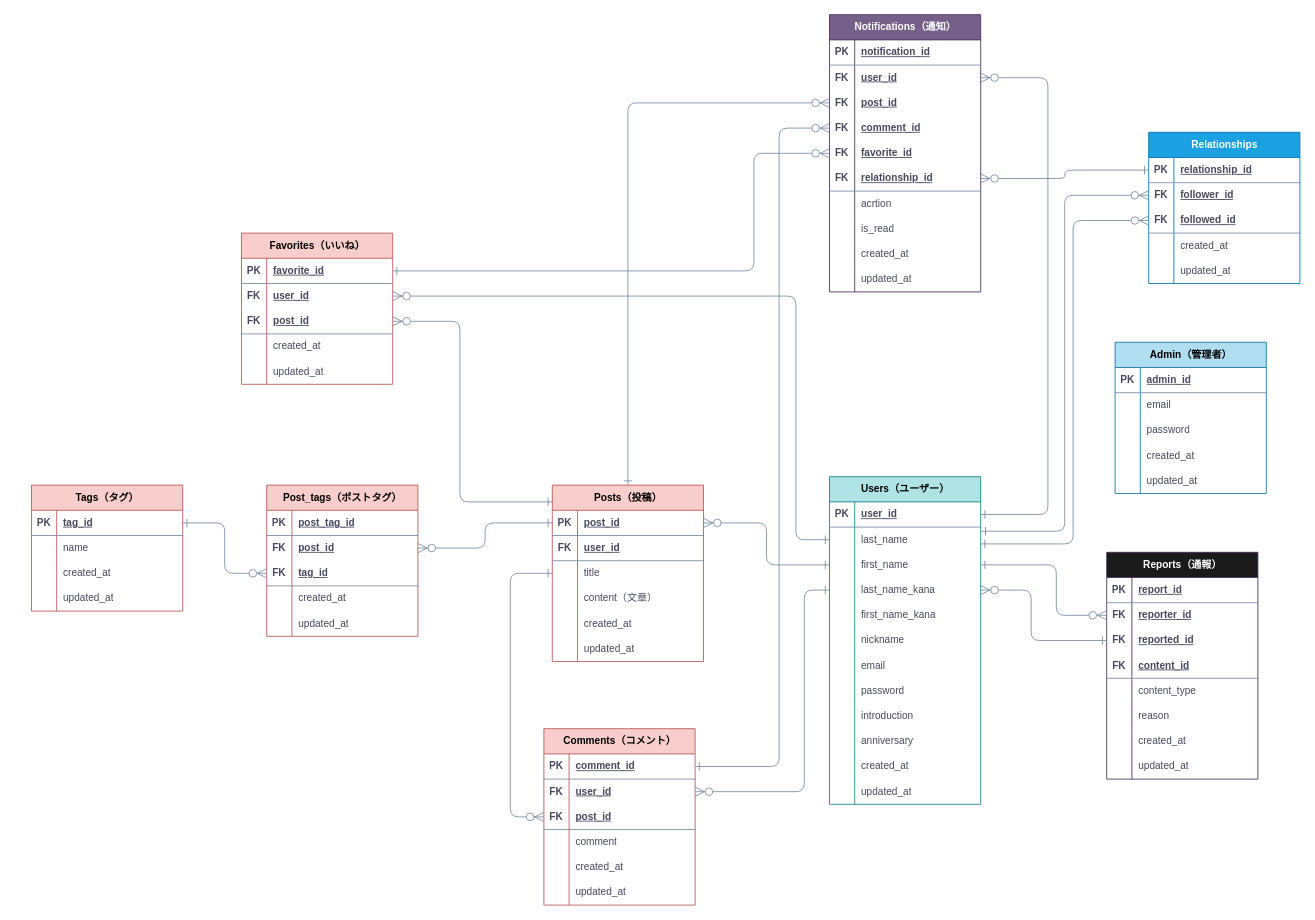
The draw.io diagram vloglaphy.drawio in Solo-Innovator/2seeds, before the edit. Source tidied: cells renumbered, new cells numbered last; positions are measured from the earlier drawing's top-left corner, leaving out a move shared by most shapes. Both pictures are drawn from the tidied source at 84%, with x=0, y=0 at pixel (14, 14).
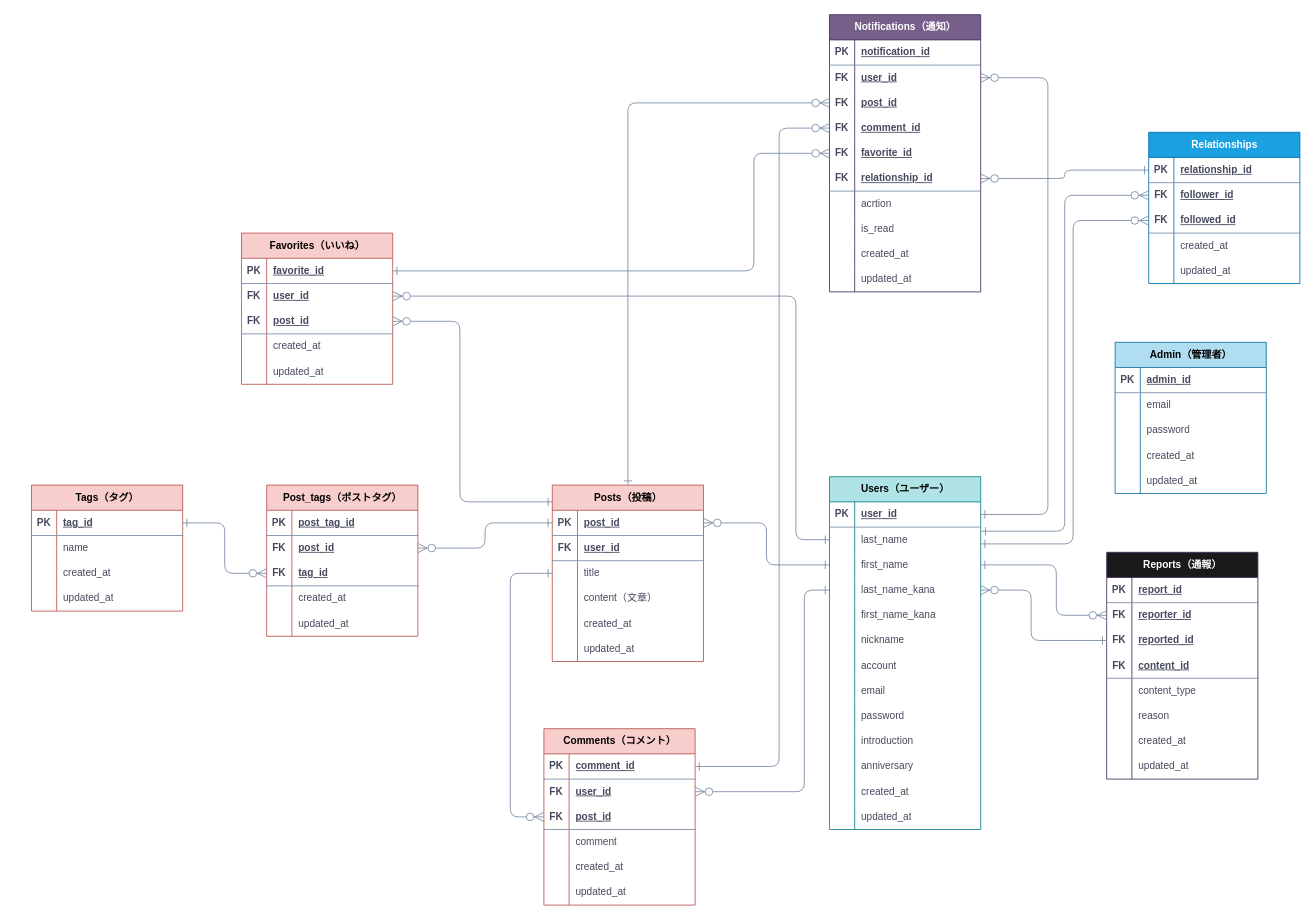
The same page after the edit.

Commit message:
vloglaphy.drawio を更新します

What changed in the source:
```diff
@@
     <mxCell id="18" value="&lt;font color=&quot;#000000&quot;&gt;Users（ユーザー）&lt;/font&gt;" style="shape=table;startSize=30;childLayout=tableLayout;rowLines=0;fontStyle=1;align=center;html=1;fontFamily=Helvetica;fontSize=12;fillColor=#b0e3e6;labelBackgroundColor=none;strokeColor=#0e8088;" parent="1" vertex="1">
-      <mxGeometry x="970" y="550" width="180" height="390" as="geometry" />
+      <mxGeometry x="970" y="550" width="180" height="420" as="geometry" />
     </mxCell>
@@
+    <mxCell id="232" style="shape=tableRow;horizontal=0;startSize=0;swimlaneHead=0;swimlaneBody=0;fillColor=none;top=0;left=0;right=0;bottom=0;strokeColor=#788AA3;fontFamily=Helvetica;fontSize=12;fontColor=#46495D;html=1;labelBackgroundColor=none;" parent="18" vertex="1">
+      <mxGeometry y="210" width="180" height="30" as="geometry" />
+    </mxCell>
+    <mxCell id="233" style="shape=partialRectangle;fillColor=none;top=0;left=0;bottom=0;right=0;overflow=hidden;whiteSpace=wrap;html=1;strokeColor=#788AA3;fontFamily=Helvetica;fontSize=12;fontColor=#46495D;startSize=23;labelBackgroundColor=none;" parent="232" vertex="1">
+      <mxGeometry width="30" height="30" as="geometry" />
+    </mxCell>
+    <mxCell id="234" value="account" style="shape=partialRectangle;fillColor=none;top=0;left=0;bottom=0;right=0;align=left;spacingLeft=6;overflow=hidden;whiteSpace=wrap;html=1;strokeColor=#788AA3;fontFamily=Helvetica;fontSize=12;fontColor=#46495D;startSize=23;labelBackgroundColor=none;" parent="232" vertex="1">
+      <mxGeometry x="30" width="150" height="30" as="geometry" />
+    </mxCell>
     <mxCell id="37" style="shape=tableRow;horizontal=0;startSize=0;swimlaneHead=0;swimlaneBody=0;fillColor=none;top=0;left=0;right=0;bottom=0;strokeColor=#788AA3;fontFamily=Helvetica;fontSize=12;fontColor=#46495D;html=1;labelBackgroundColor=none;" parent="18" vertex="1">
-      <mxGeometry y="210" width="180" height="30" as="geometry" />
+      <mxGeometry y="240" width="180" height="30" as="geometry" />
     </mxCell>
@@
     <mxCell id="40" style="shape=tableRow;horizontal=0;startSize=0;swimlaneHead=0;swimlaneBody=0;fillColor=none;top=0;left=0;right=0;bottom=0;strokeColor=#788AA3;fontFamily=Helvetica;fontSize=12;fontColor=#46495D;html=1;labelBackgroundColor=none;" parent="18" vertex="1">
-      <mxGeometry y="240" width="180" height="30" as="geometry" />
+      <mxGeometry y="270" width="180" height="30" as="geometry" />
     </mxCell>
@@
     <mxCell id="43" style="shape=tableRow;horizontal=0;startSize=0;swimlaneHead=0;swimlaneBody=0;fillColor=none;top=0;left=0;right=0;bottom=0;strokeColor=#788AA3;fontFamily=Helvetica;fontSize=12;fontColor=#46495D;html=1;labelBackgroundColor=none;" parent="18" vertex="1">
-      <mxGeometry y="270" width="180" height="30" as="geometry" />
+      <mxGeometry y="300" width="180" height="30" as="geometry" />
     </mxCell>
@@
     <mxCell id="46" style="shape=tableRow;horizontal=0;startSize=0;swimlaneHead=0;swimlaneBody=0;fillColor=none;top=0;left=0;right=0;bottom=0;strokeColor=#788AA3;fontFamily=Helvetica;fontSize=12;fontColor=#46495D;html=1;labelBackgroundColor=none;" parent="18" vertex="1">
-      <mxGeometry y="300" width="180" height="30" as="geometry" />
+      <mxGeometry y="330" width="180" height="30" as="geometry" />
     </mxCell>
@@
     <mxCell id="49" style="shape=tableRow;horizontal=0;startSize=0;swimlaneHead=0;swimlaneBody=0;fillColor=none;top=0;left=0;right=0;bottom=0;strokeColor=#788AA3;fontFamily=Helvetica;fontSize=12;fontColor=#46495D;html=1;labelBackgroundColor=none;" parent="18" vertex="1">
-      <mxGeometry y="330" width="180" height="30" as="geometry" />
+      <mxGeometry y="360" width="180" height="30" as="geometry" />
     </mxCell>
@@
     <mxCell id="52" style="shape=tableRow;horizontal=0;startSize=0;swimlaneHead=0;swimlaneBody=0;fillColor=none;top=0;left=0;right=0;bottom=0;strokeColor=#788AA3;fontFamily=Helvetica;fontSize=12;fontColor=#46495D;html=1;labelBackgroundColor=none;" parent="18" vertex="1">
-      <mxGeometry y="360" width="180" height="30" as="geometry" />
+      <mxGeometry y="390" width="180" height="30" as="geometry" />
     </mxCell>
```
